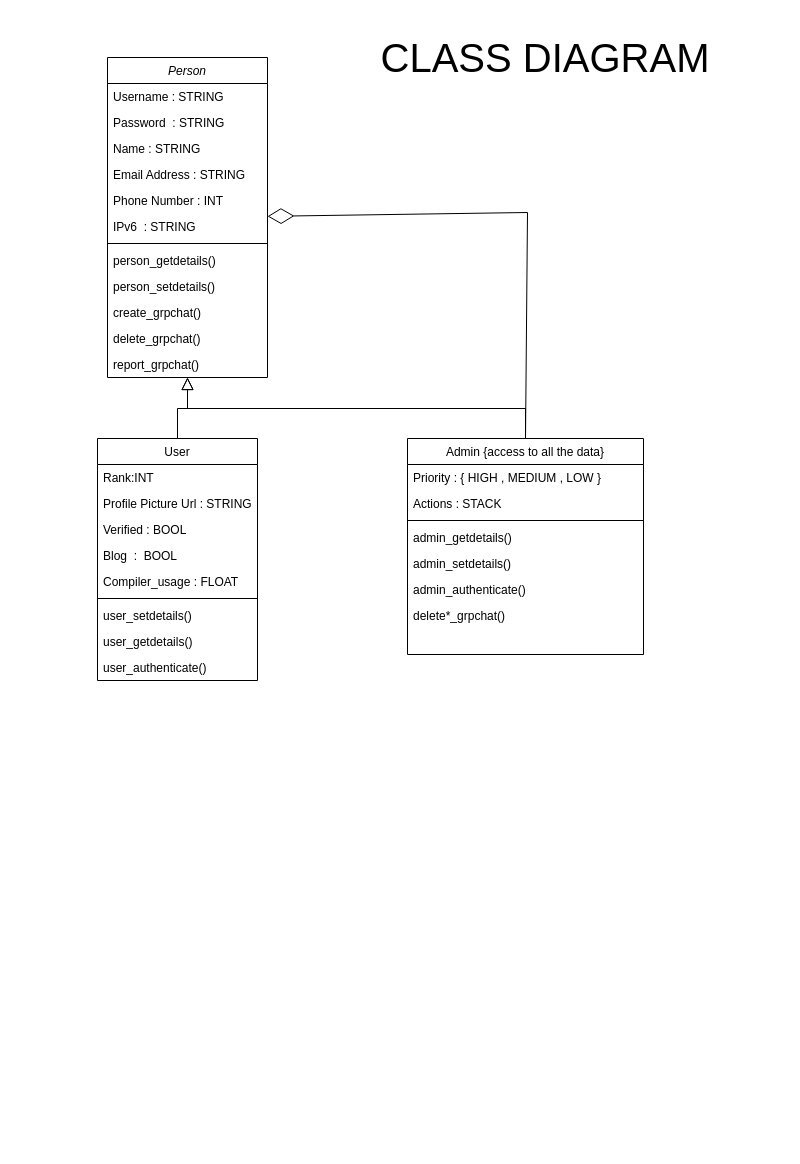
Before: TECH-COMMUNITY.drawio.xml in SS0809/diagrams.net, a draw.io diagram. Source tidied: cells renumbered, new cells numbered last; positions are measured from the earlier drawing's top-left corner, leaving out a move shared by most shapes. Both pictures are drawn from the tidied source at 100%, with x=0, y=0 at pixel (97, 17).
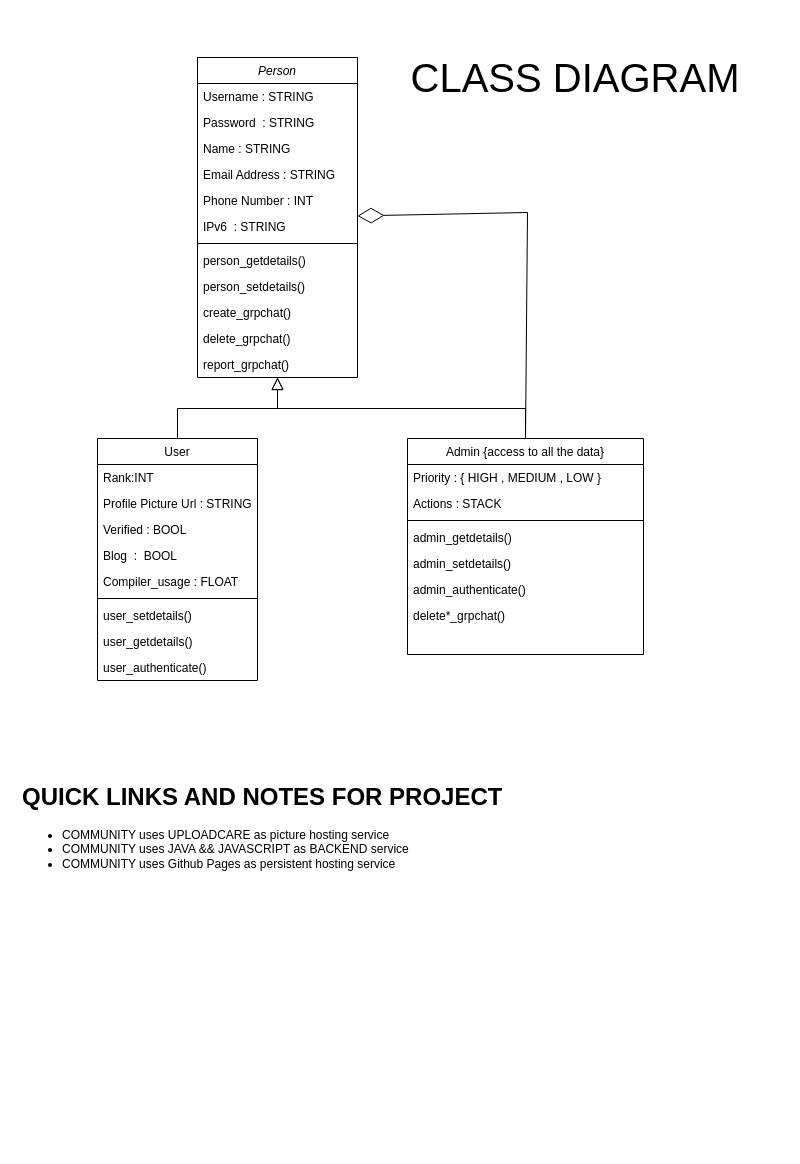
The same page after the edit.

Change to the diagram source:
```diff
@@
     <mxCell id="2" value="Person" style="swimlane;fontStyle=2;align=center;verticalAlign=top;horizontal=1;startSize=26;rounded=0;shadow=0;strokeWidth=1;" parent="1" vertex="1">
-      <mxGeometry x="10" y="40" width="160" height="320" as="geometry" />
+      <mxGeometry x="100" y="40" width="160" height="320" as="geometry" />
     </mxCell>
@@
     <mxCell id="36" value="&lt;font style=&quot;font-size: 40px;&quot;&gt;CLASS DIAGRAM&lt;/font&gt;" style="text;html=1;strokeColor=none;fillColor=none;align=center;verticalAlign=middle;whiteSpace=wrap;rounded=0;" parent="1" vertex="1">
-      <mxGeometry x="240" width="416" height="80" as="geometry" />
+      <mxGeometry x="270" y="20" width="416" height="80" as="geometry" />
     </mxCell>
+    <mxCell id="37" value="&lt;h1&gt;QUICK LINKS AND NOTES FOR PROJECT&lt;/h1&gt;&lt;p&gt;&lt;/p&gt;&lt;ul&gt;&lt;li&gt;COMMUNITY uses UPLOADCARE as picture hosting service&lt;/li&gt;&lt;li&gt;&lt;span style=&quot;background-color: initial;&quot;&gt;COMMUNITY uses JAVA &amp;amp;&amp;amp; JAVASCRIPT as BACKEND service&lt;/span&gt;&lt;br&gt;&lt;/li&gt;&lt;li style=&quot;border-color: var(--border-color);&quot;&gt;COMMUNITY uses Github Pages as persistent hosting service&lt;/li&gt;&lt;/ul&gt;&lt;p&gt;&lt;/p&gt;" style="text;html=1;strokeColor=none;fillColor=none;spacing=5;spacingTop=-20;whiteSpace=wrap;overflow=hidden;rounded=0;fontSize=12;" parent="1" vertex="1">
+      <mxGeometry x="-80" y="760" width="720" height="370" as="geometry" />
+    </mxCell>
```
